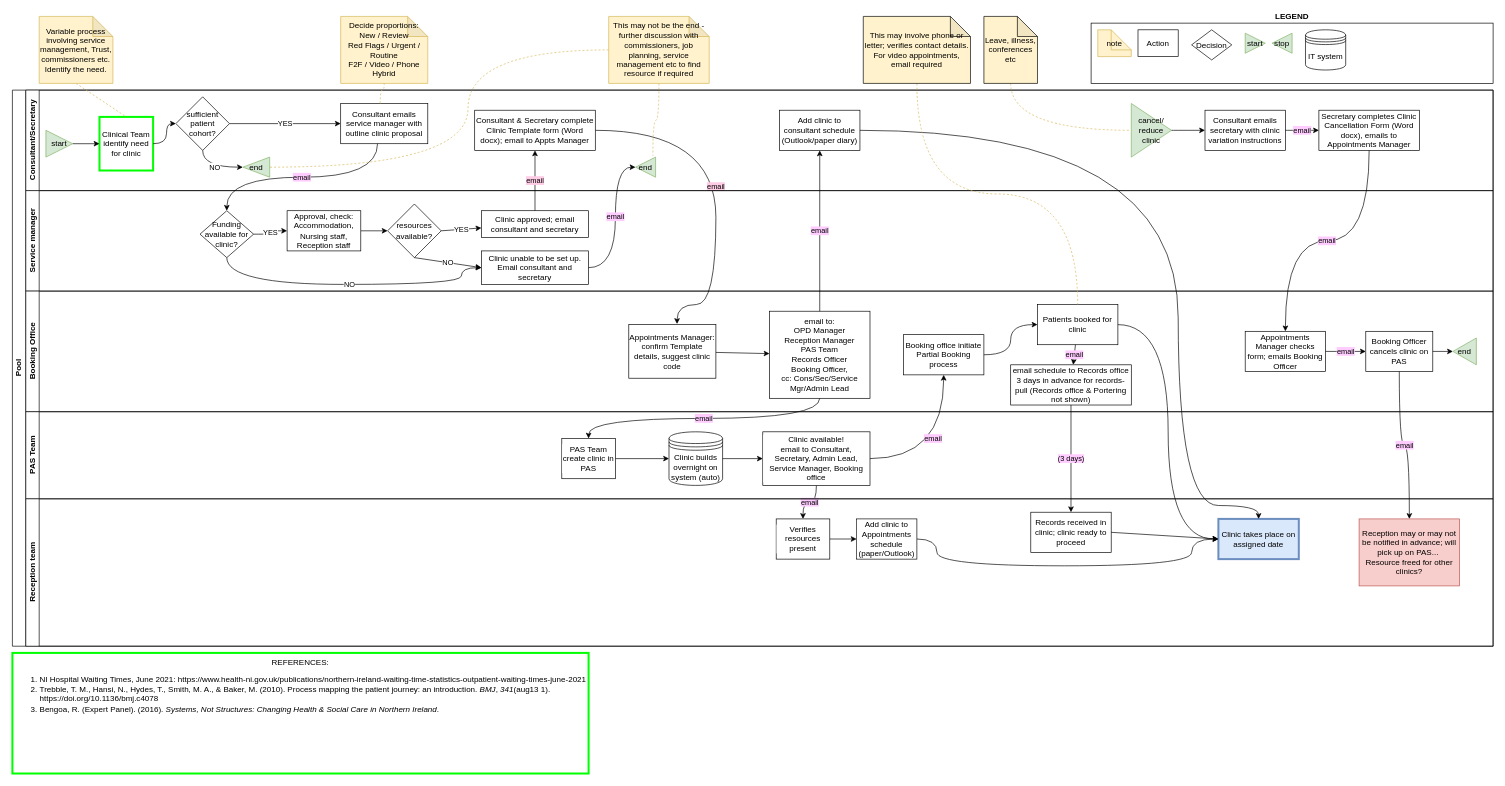
Above: swimlane_clinictemplate1.drawio in shanemuk/waiting-lists (draw.io), before the change. Source tidied: cells renumbered, new cells numbered last; positions are measured from the earlier drawing's top-left corner, leaving out a move shared by most shapes. Both pictures are drawn from the tidied source at 67%, with x=0, y=0 at pixel (12, 16).
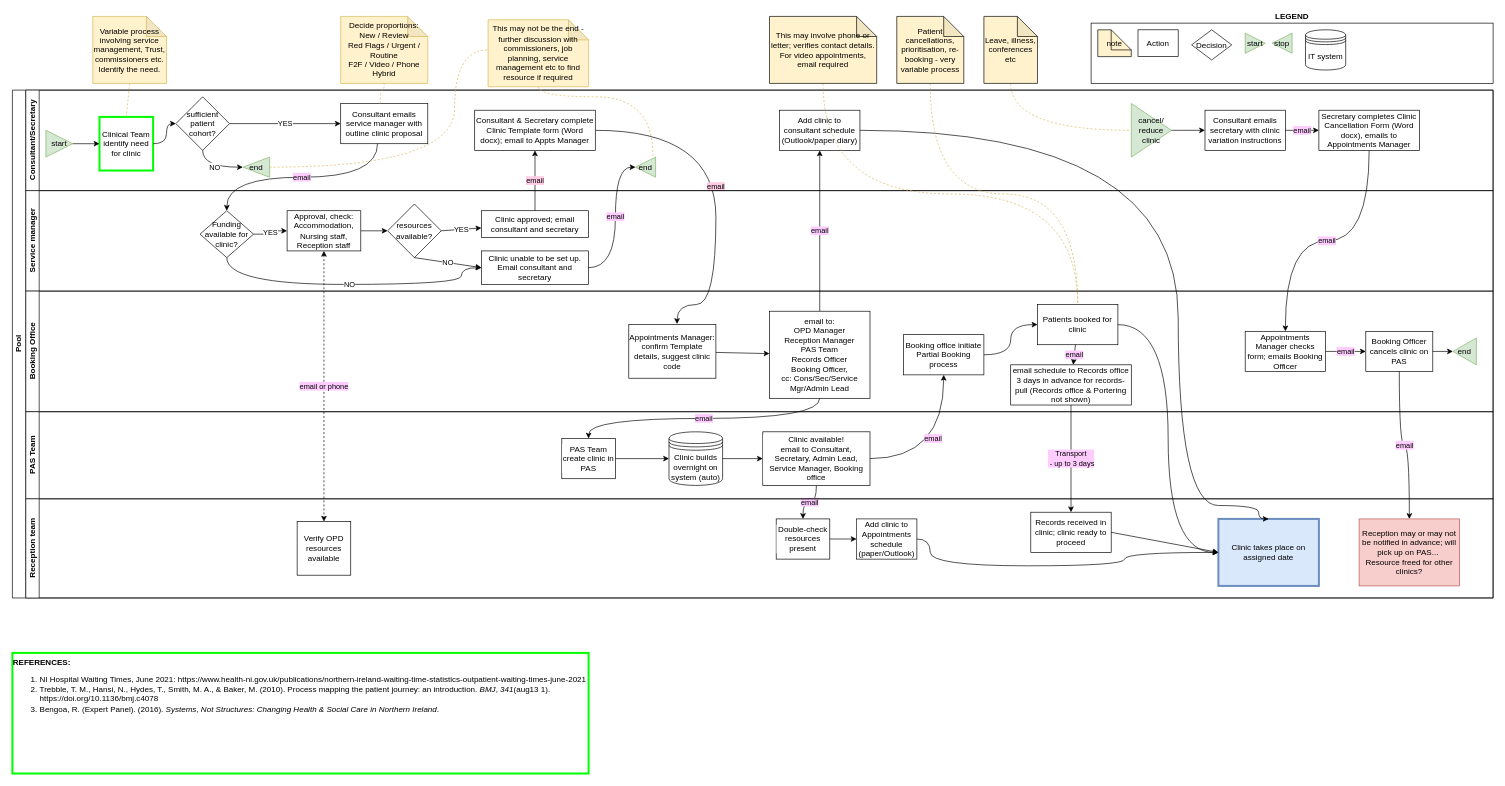
The same page after the edit.

Unchanged cells that the change refers to:
```xml
<mxCell id="12" value="end" style="triangle;whiteSpace=wrap;html=1;strokeColor=#82b366;fillColor=#d5e8d4;comic=0;direction=west;fontColor=default;" parent="4" vertex="1">
  <mxGeometry x="324" y="100" width="40" height="30" as="geometry" />
</mxCell>
<mxCell id="23" value="Approval, check: Accommodation, Nursing staff,&lt;br&gt;Reception staff" style="rounded=0;whiteSpace=wrap;html=1;fontFamily=Helvetica;fontSize=12;fontColor=#000000;align=center;fillColor=default;strokeColor=default;" parent="18" vertex="1">
  <mxGeometry x="390" y="30" width="110" height="60" as="geometry" />
</mxCell>
<mxCell id="34" value="Patients booked for clinic" style="whiteSpace=wrap;html=1;fontColor=#000000;fillColor=default;strokeColor=default;" parent="29" vertex="1">
  <mxGeometry x="1510" y="20" width="120" height="60" as="geometry" />
</mxCell>
<mxCell id="36" value="email schedule to Records office 3 days in advance for records-pull (Records office &amp;amp; Portering not shown)" style="whiteSpace=wrap;html=1;fontColor=#000000;fillColor=default;strokeColor=default;" parent="29" vertex="1">
  <mxGeometry x="1470" y="110" width="180" height="60" as="geometry" />
</mxCell>
<mxCell id="56" value="Add clinic to Appointments schedule (paper/Outlook)" style="whiteSpace=wrap;html=1;fontFamily=Helvetica;fontSize=12;fontColor=default;align=center;fillColor=default;strokeColor=default;labelBackgroundColor=default;" parent="52" vertex="1">
  <mxGeometry x="1240" y="30" width="90" height="60" as="geometry" />
</mxCell>
<mxCell id="57" value="Records received in clinic; clinic ready to proceed" style="whiteSpace=wrap;html=1;fontColor=#000000;" parent="52" vertex="1">
  <mxGeometry x="1500" y="20" width="120" height="60" as="geometry" />
</mxCell>
<mxCell id="76" value="end" style="triangle;direction=west;whiteSpace=wrap;html=1;comic=0;fillColor=#d5e8d4;strokeColor=#82b366;fontColor=default;" parent="1" vertex="1">
  <mxGeometry x="930" y="210" width="30" height="30" as="geometry" />
</mxCell>
```

Diff of the diagram source:
```diff
@@
     <mxCell id="2" value="Pool" style="swimlane;html=1;horizontal=0;startSize=20;fillColor=default;strokeColor=default;fontColor=default;" parent="1" vertex="1">
-      <mxGeometry y="110" width="2210" height="830" as="geometry" />
+      <mxGeometry y="110" width="2210" height="758" as="geometry" />
     </mxCell>
@@
     <mxCell id="52" value="Reception team" style="swimlane;html=1;startSize=20;horizontal=0;fillColor=default;strokeColor=default;fontColor=default;" parent="2" vertex="1">
-      <mxGeometry x="20" y="610" width="2190" height="220" as="geometry" />
+      <mxGeometry x="20" y="610" width="2190" height="148" as="geometry" />
     </mxCell>
@@
-    <mxCell id="54" value="Verifies resources present" style="rounded=0;whiteSpace=wrap;html=1;fontFamily=Helvetica;fontSize=12;fontColor=default;align=center;strokeColor=default;labelBackgroundColor=default;" parent="52" vertex="1">
+    <mxCell id="54" value="Double-check resources present" style="rounded=0;whiteSpace=wrap;html=1;fontFamily=Helvetica;fontSize=12;fontColor=default;align=center;strokeColor=default;labelBackgroundColor=default;" parent="52" vertex="1">
       <mxGeometry x="1120" y="30" width="80" height="60" as="geometry" />
     </mxCell>
     <mxCell id="55" style="edgeStyle=orthogonalEdgeStyle;rounded=0;jettySize=auto;html=1;exitX=1;exitY=0.5;exitDx=0;exitDy=0;entryX=0;entryY=0.5;entryDx=0;entryDy=0;labelBackgroundColor=#FFCCFF;curved=1;" parent="52" edge="1" source="56" target="59">
       <mxGeometry relative="1" as="geometry">
         <Array as="points">
-          <mxPoint x="1360" y="60" />
-          <mxPoint x="1360" y="100" />
-          <mxPoint x="1740" y="100" />
-          <mxPoint x="1740" y="60" />
+          <mxPoint x="1350" y="60" />
+          <mxPoint x="1350" y="100" />
+          <mxPoint x="1640" y="100" />
+          <mxPoint x="1640" y="80" />
         </Array>
       </mxGeometry>
     </mxCell>
@@
     <mxCell id="59" value="Clinic takes place on assigned date" style="rounded=0;whiteSpace=wrap;html=1;strokeWidth=3;fillColor=#dae8fc;strokeColor=#6c8ebf;" parent="52" vertex="1">
-      <mxGeometry x="1780" y="30" width="120" height="60" as="geometry" />
+      <mxGeometry x="1780" y="30" width="150" height="100" as="geometry" />
     </mxCell>
@@
+    <mxCell id="93" value="Verify OPD resources available" style="whiteSpace=wrap;html=1;align=center;" parent="52" vertex="1">
+      <mxGeometry x="405" y="34" width="80" height="80" as="geometry" />
+    </mxCell>
@@
-    <mxCell id="66" value="(3 days)" style="edgeStyle=none;rounded=0;jettySize=auto;html=1;labelBackgroundColor=#FFCCFF;" parent="2" edge="1" source="36" target="57">
+    <mxCell id="66" value="Transport&lt;br&gt;&amp;nbsp;- up to 3 days" style="edgeStyle=none;rounded=0;jettySize=auto;html=1;labelBackgroundColor=#FFCCFF;" parent="2" edge="1" source="36" target="57">
       <mxGeometry relative="1" as="geometry" />
     </mxCell>
@@
+    <mxCell id="94" value="email or phone" style="edgeStyle=orthogonalEdgeStyle;rounded=0;jettySize=auto;html=1;exitX=0.5;exitY=1;exitDx=0;exitDy=0;entryX=0.5;entryY=0;entryDx=0;entryDy=0;jumpStyle=arc;startArrow=classic;startFill=1;dashed=1;labelBackgroundColor=#FFCCFF;" parent="2" edge="1" source="23" target="93">
+      <mxGeometry relative="1" as="geometry" />
+    </mxCell>
@@
     <mxCell id="72" value="Variable process involving service management, Trust, commissioners etc.&lt;br&gt;Identify the need." style="shape=note;whiteSpace=wrap;html=1;backgroundOutline=1;darkOpacity=0.05;labelBackgroundColor=none;fillColor=#fff2cc;strokeColor=#d6b656;" parent="1" vertex="1">
-      <mxGeometry x="40" width="110" height="100" as="geometry" />
+      <mxGeometry x="120" width="110" height="100" as="geometry" />
     </mxCell>
@@
     <mxCell id="79" value="This may involve phone or letter; verifies contact details. For video appointments, email required" style="shape=note;whiteSpace=wrap;html=1;backgroundOutline=1;darkOpacity=0.05;labelBackgroundColor=none;fillColor=#FFF2CC;" parent="1" vertex="1">
-      <mxGeometry x="1270" width="160" height="100" as="geometry" />
+      <mxGeometry x="1130" width="160" height="100" as="geometry" />
     </mxCell>
@@
-    <mxCell id="81" value="note" style="shape=note;rounded=0;whiteSpace=wrap;html=1;labelBackgroundColor=none;fillColor=#fff2cc;strokeColor=#d6b656;" parent="1" vertex="1">
+    <mxCell id="81" value="note" style="shape=note;rounded=0;whiteSpace=wrap;html=1;labelBackgroundColor=none;fillColor=#fff2cc;strokeColor=#000000;" parent="1" vertex="1">
       <mxGeometry x="1620" y="20" width="50" height="40" as="geometry" />
     </mxCell>
@@
     <mxCell id="84" style="edgeStyle=orthogonalEdgeStyle;curved=1;rounded=0;jettySize=auto;html=1;exitX=0.5;exitY=1;exitDx=0;exitDy=0;exitPerimeter=0;entryX=0.133;entryY=1.067;entryDx=0;entryDy=0;entryPerimeter=0;dashed=1;labelBackgroundColor=#FFCCFF;endArrow=none;endFill=0;fillColor=#fff2cc;strokeColor=#d6b656;" parent="1" edge="1" source="86" target="76">
-      <mxGeometry relative="1" as="geometry" />
+      <mxGeometry relative="1" as="geometry">
+        <Array as="points">
+          <mxPoint x="785" y="120" />
+          <mxPoint x="956" y="120" />
+        </Array>
+      </mxGeometry>
     </mxCell>
     <mxCell id="85" style="edgeStyle=orthogonalEdgeStyle;curved=1;rounded=0;jettySize=auto;html=1;exitX=0;exitY=0.5;exitDx=0;exitDy=0;exitPerimeter=0;dashed=1;labelBackgroundColor=#FFCCFF;endArrow=none;endFill=0;fillColor=#fff2cc;strokeColor=#d6b656;entryX=0;entryY=0.5;entryDx=0;entryDy=0;" parent="1" edge="1" source="86" target="12">
       <mxGeometry relative="1" as="geometry">
         <Array as="points">
-          <mxPoint x="680" y="50" />
-          <mxPoint x="680" y="225" />
+          <mxPoint x="760" y="50" />
+          <mxPoint x="660" y="50" />
+          <mxPoint x="660" y="225" />
         </Array>
       </mxGeometry>
     </mxCell>
     <mxCell id="86" value="This may not be the end - further discussion with commissioners, job planning, service management etc to find resource if required" style="shape=note;whiteSpace=wrap;html=1;backgroundOutline=1;darkOpacity=0.05;labelBackgroundColor=none;fillColor=#fff2cc;strokeColor=#d6b656;" parent="1" vertex="1">
-      <mxGeometry x="890" width="150" height="100" as="geometry" />
+      <mxGeometry x="710" y="5" width="150" height="100" as="geometry" />
     </mxCell>
@@
-    <mxCell id="92" value="REFERENCES:&lt;br&gt;&lt;div style=&quot;text-align: left&quot;&gt;&lt;ol&gt;&lt;li&gt;&lt;span&gt;NI Hospital Waiting Times, June 2021: https://www.health-ni.gov.uk/publications/northern-ireland-waiting-time-statistics-outpatient-waiting-times-june-2021&lt;/span&gt;&lt;/li&gt;&lt;li&gt;Trebble, T. M., Hansi, N., Hydes, T., Smith, M. A., &amp;amp; Baker, M. (2010). Process mapping the patient journey: an introduction. &lt;i&gt;BMJ&lt;/i&gt;, &lt;i&gt;341&lt;/i&gt;(aug13 1). https://doi.org/10.1136/bmj.c4078&lt;/li&gt;&lt;li&gt;&lt;div class=&quot;csl-entry&quot;&gt;Bengoa, R. (Expert Panel). (2016). &lt;i&gt;Systems, Not Structures: Changing Health &amp;amp; Social Care in Northern Ireland&lt;/i&gt;.&lt;/div&gt;&lt;/li&gt;&lt;/ol&gt;&lt;/div&gt;" style="rounded=0;whiteSpace=wrap;html=1;labelBackgroundColor=none;strokeColor=#00FF00;strokeWidth=3;fillColor=none;verticalAlign=top;" parent="1" vertex="1">
+    <mxCell id="92" value="&lt;div style=&quot;text-align: left&quot;&gt;&lt;span&gt;&lt;b&gt;REFERENCES:&lt;/b&gt;&lt;/span&gt;&lt;/div&gt;&lt;div style=&quot;text-align: left&quot;&gt;&lt;ol&gt;&lt;li&gt;&lt;span&gt;NI Hospital Waiting Times, June 2021: https://www.health-ni.gov.uk/publications/northern-ireland-waiting-time-statistics-outpatient-waiting-times-june-2021&lt;/span&gt;&lt;/li&gt;&lt;li&gt;Trebble, T. M., Hansi, N., Hydes, T., Smith, M. A., &amp;amp; Baker, M. (2010). Process mapping the patient journey: an introduction. &lt;i&gt;BMJ&lt;/i&gt;, &lt;i&gt;341&lt;/i&gt;(aug13 1). https://doi.org/10.1136/bmj.c4078&lt;/li&gt;&lt;li&gt;&lt;div class=&quot;csl-entry&quot;&gt;Bengoa, R. (Expert Panel). (2016). &lt;i&gt;Systems, Not Structures: Changing Health &amp;amp; Social Care in Northern Ireland&lt;/i&gt;.&lt;/div&gt;&lt;/li&gt;&lt;/ol&gt;&lt;/div&gt;" style="rounded=0;whiteSpace=wrap;html=1;labelBackgroundColor=none;strokeColor=#00FF00;strokeWidth=3;fillColor=none;verticalAlign=top;" parent="1" vertex="1">
       <mxGeometry y="950" width="860" height="180" as="geometry" />
     </mxCell>
+    <mxCell id="95" style="edgeStyle=orthogonalEdgeStyle;rounded=0;jumpStyle=arc;jettySize=auto;html=1;exitX=0.5;exitY=1;exitDx=0;exitDy=0;exitPerimeter=0;entryX=0.5;entryY=0;entryDx=0;entryDy=0;dashed=1;labelBackgroundColor=#FFCCFF;startArrow=none;startFill=0;fillColor=#fff2cc;strokeColor=#d6b656;curved=1;endArrow=none;endFill=0;" parent="1" edge="1" source="96" target="34">
+      <mxGeometry relative="1" as="geometry" />
+    </mxCell>
+    <mxCell id="96" value="Patient cancellations, prioritisation, re-booking - very variable process" style="shape=note;whiteSpace=wrap;html=1;backgroundOutline=1;darkOpacity=0.05;align=center;fillColor=#fff2cc;strokeColor=#000000;" parent="1" vertex="1">
+      <mxGeometry x="1320" width="100" height="100" as="geometry" />
+    </mxCell>
```
